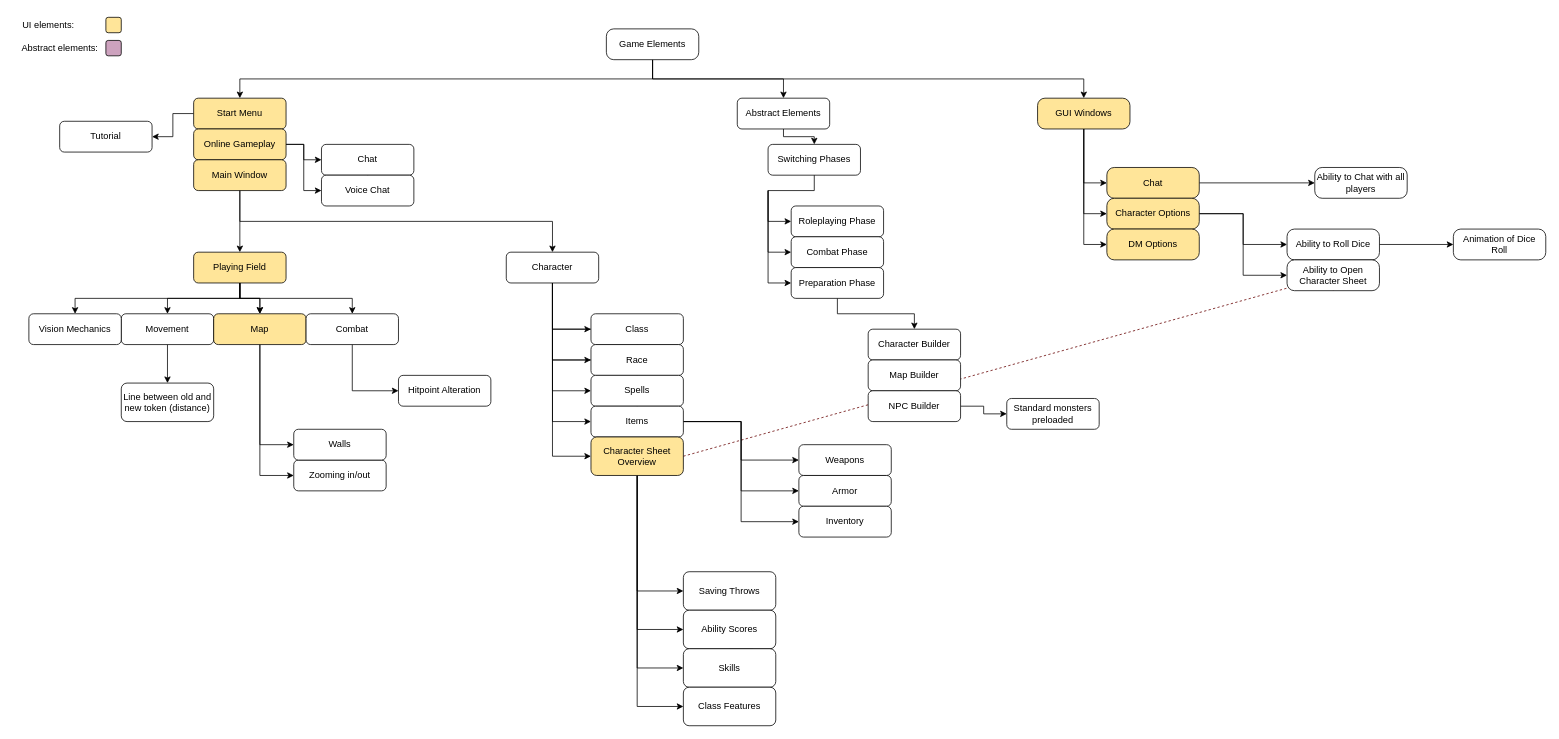
This is Dependency graph.drawio from Nemijt03/Dnd-Simulator, a draw.io file, before an edit. Source tidied: cells renumbered, new cells numbered last; positions are measured from the earlier drawing's top-left corner, leaving out a move shared by most shapes. Both pictures are drawn from the tidied source at 77%, with x=0, y=0 at pixel (13, 13).
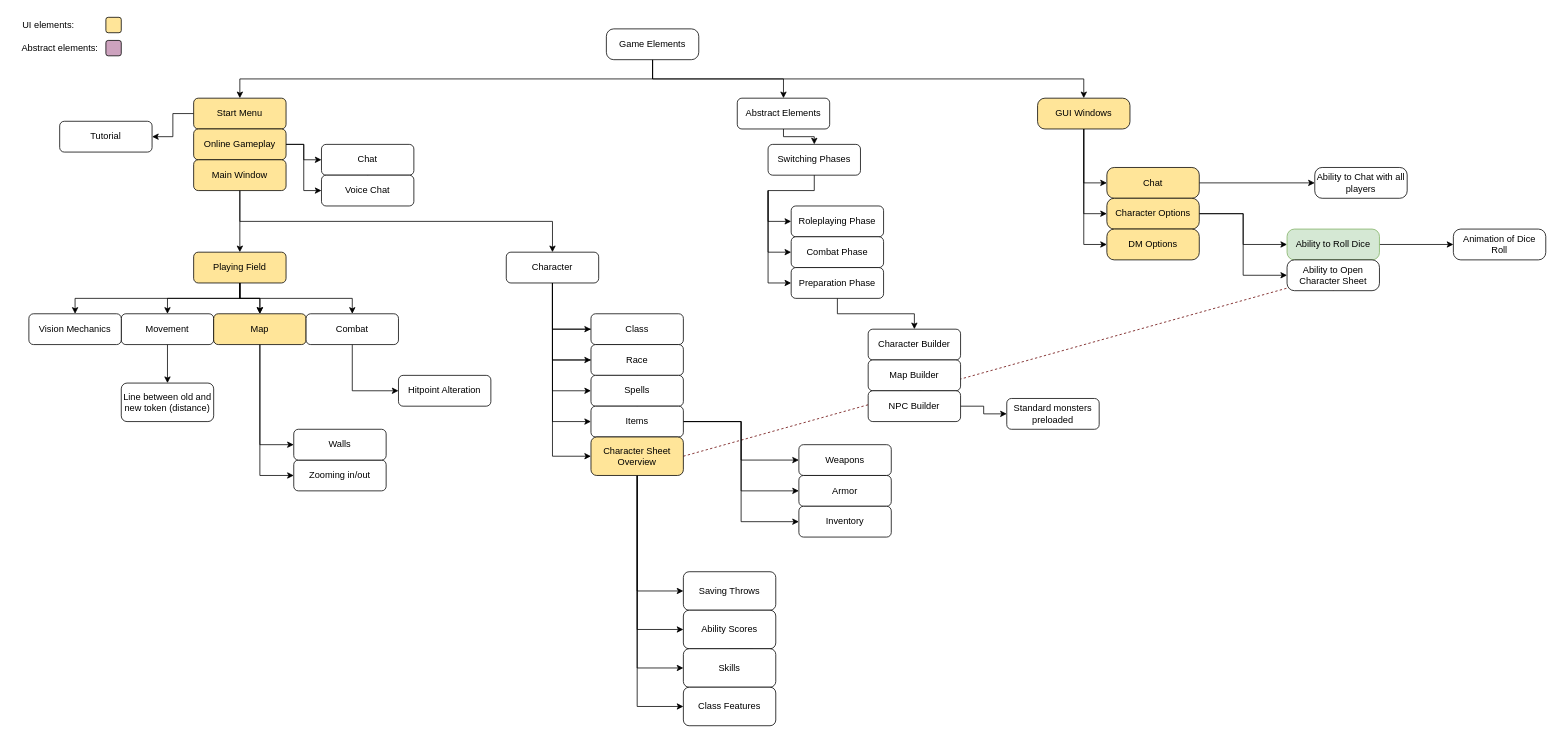
The same diagram, later.

What changed in the source:
```diff
@@
-    <mxCell id="94" value="Ability to Roll Dice" style="rounded=1;whiteSpace=wrap;html=1;arcSize=24;" parent="1" vertex="1">
+    <mxCell id="94" value="Ability to Roll Dice" style="rounded=1;whiteSpace=wrap;html=1;arcSize=24;fillColor=#d5e8d4;strokeColor=#82b366;" parent="1" vertex="1">
       <mxGeometry x="1654" y="280" width="120" height="40" as="geometry" />
     </mxCell>
```
